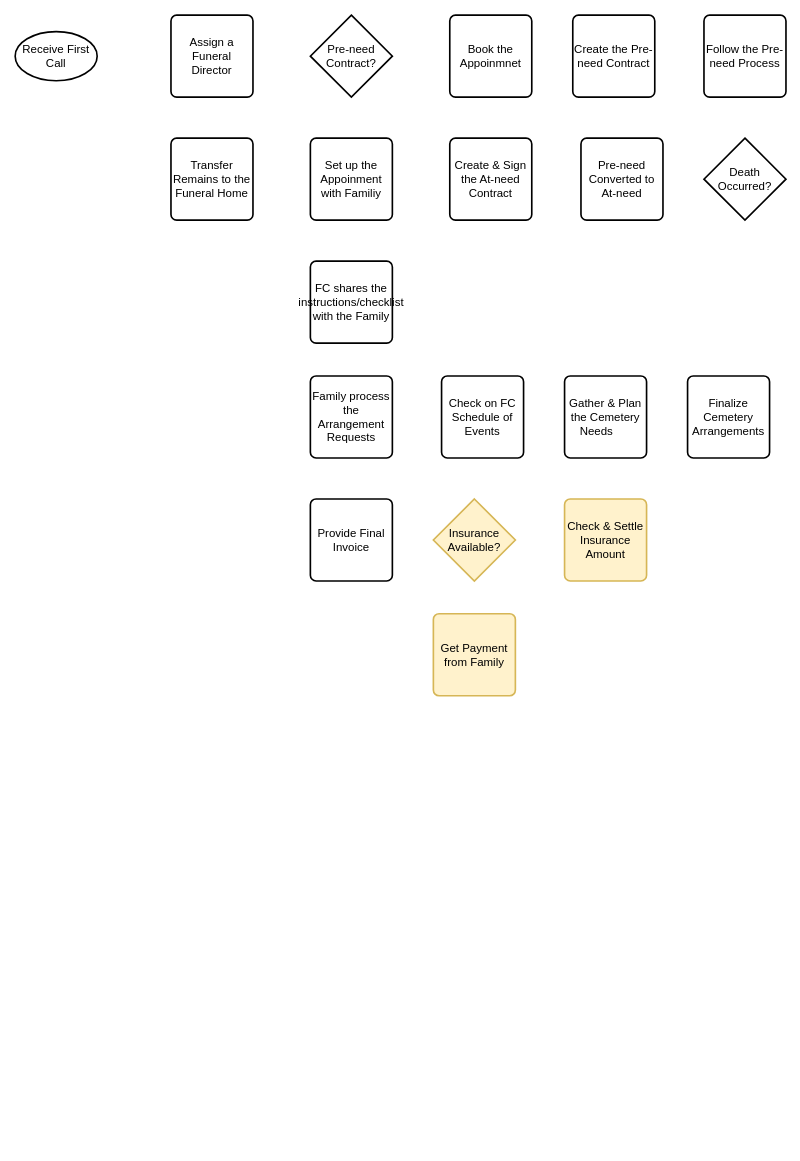
Above: page "Transfer" (2 of 4) of Untitled Diagram.drawio in Buddhika-Pathirathna/DiagramsRepo (draw.io), before the change. Source tidied: cells renumbered, new cells numbered last; positions are measured from the earlier drawing's top-left corner, leaving out a move shared by most shapes. Both pictures are drawn from the tidied source at 82%, with x=0, y=0 at pixel (15, 15).
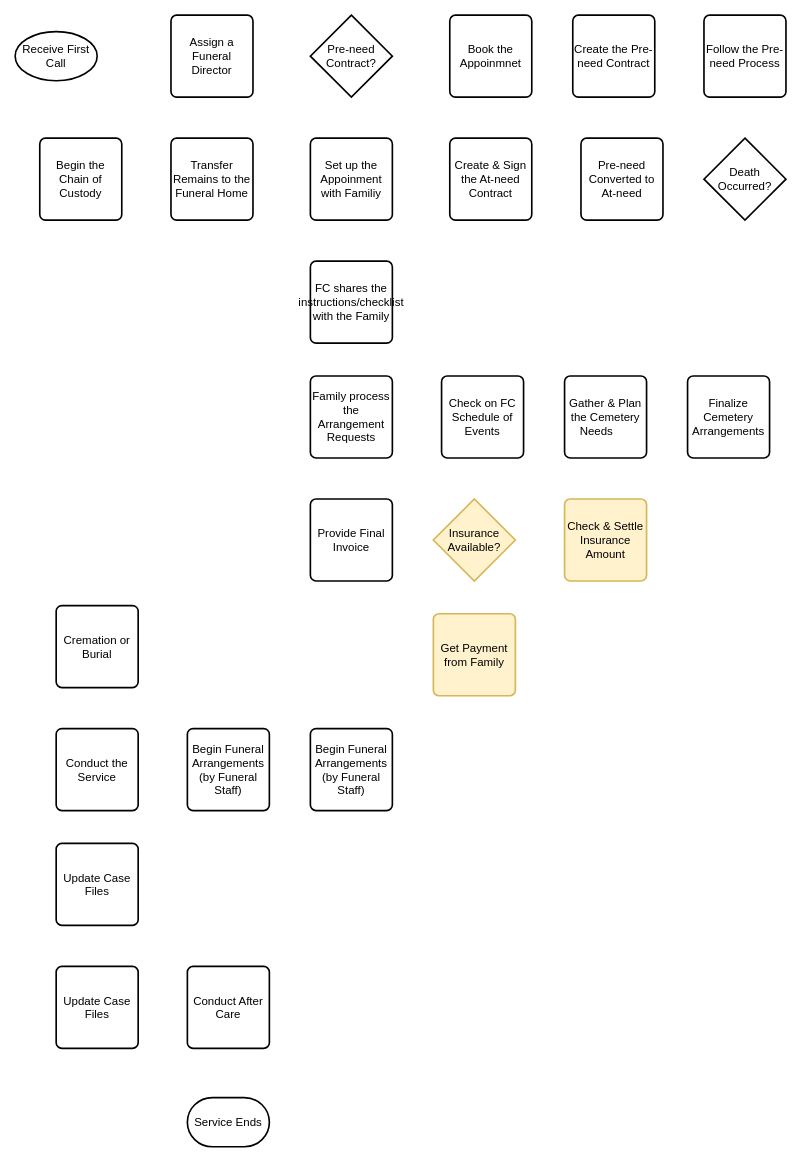
Above is the later version.

What changed in the source:
```diff
@@
+    <mxCell id="22" value="&lt;span style=&quot;font-size: 14px;&quot;&gt;Begin the Chain of Custody&lt;/span&gt;" style="rounded=1;whiteSpace=wrap;html=1;absoluteArcSize=1;arcSize=14;strokeWidth=2;" parent="1" vertex="1">
+      <mxGeometry x="30" y="150" width="100" height="100" as="geometry" />
+    </mxCell>
+    <mxCell id="23" value="&lt;span style=&quot;font-size: 14px;&quot;&gt;Begin Funeral Arrangements (by Funeral Staff)&lt;/span&gt;" style="rounded=1;whiteSpace=wrap;html=1;absoluteArcSize=1;arcSize=14;strokeWidth=2;" parent="1" vertex="1">
+      <mxGeometry x="360" y="870" width="100" height="100" as="geometry" />
+    </mxCell>
+    <mxCell id="24" value="&lt;span style=&quot;font-size: 14px;&quot;&gt;Conduct the Service&lt;/span&gt;" style="rounded=1;whiteSpace=wrap;html=1;absoluteArcSize=1;arcSize=14;strokeWidth=2;" parent="1" vertex="1">
+      <mxGeometry x="50" y="870" width="100" height="100" as="geometry" />
+    </mxCell>
+    <mxCell id="25" value="&lt;span style=&quot;font-size: 14px;&quot;&gt;Begin Funeral Arrangements (by Funeral Staff)&lt;/span&gt;" style="rounded=1;whiteSpace=wrap;html=1;absoluteArcSize=1;arcSize=14;strokeWidth=2;" parent="1" vertex="1">
+      <mxGeometry x="210" y="870" width="100" height="100" as="geometry" />
+    </mxCell>
+    <mxCell id="26" value="&lt;span style=&quot;font-size: 14px;&quot;&gt;Update Case Files&lt;/span&gt;" style="rounded=1;whiteSpace=wrap;html=1;absoluteArcSize=1;arcSize=14;strokeWidth=2;" parent="1" vertex="1">
+      <mxGeometry x="50" y="1010" width="100" height="100" as="geometry" />
+    </mxCell>
+    <mxCell id="27" value="&lt;span style=&quot;font-size: 14px;&quot;&gt;Update Case Files&lt;/span&gt;" style="rounded=1;whiteSpace=wrap;html=1;absoluteArcSize=1;arcSize=14;strokeWidth=2;" parent="1" vertex="1">
+      <mxGeometry x="50" y="1160" width="100" height="100" as="geometry" />
+    </mxCell>
+    <mxCell id="28" value="&lt;span style=&quot;font-size: 14px;&quot;&gt;Conduct After Care&lt;/span&gt;" style="rounded=1;whiteSpace=wrap;html=1;absoluteArcSize=1;arcSize=14;strokeWidth=2;" parent="1" vertex="1">
+      <mxGeometry x="210" y="1160" width="100" height="100" as="geometry" />
+    </mxCell>
+    <mxCell id="29" value="&lt;font style=&quot;font-size: 14px;&quot;&gt;Service Ends&lt;/font&gt;" style="strokeWidth=2;html=1;shape=mxgraph.flowchart.terminator;whiteSpace=wrap;" parent="1" vertex="1">
+      <mxGeometry x="210" y="1320" width="100" height="60" as="geometry" />
+    </mxCell>
+    <mxCell id="30" value="&lt;span style=&quot;font-size: 14px;&quot;&gt;Cremation or Burial&lt;/span&gt;" style="rounded=1;whiteSpace=wrap;html=1;absoluteArcSize=1;arcSize=14;strokeWidth=2;" parent="1" vertex="1">
+      <mxGeometry x="50" y="720" width="100" height="100" as="geometry" />
+    </mxCell>
```
